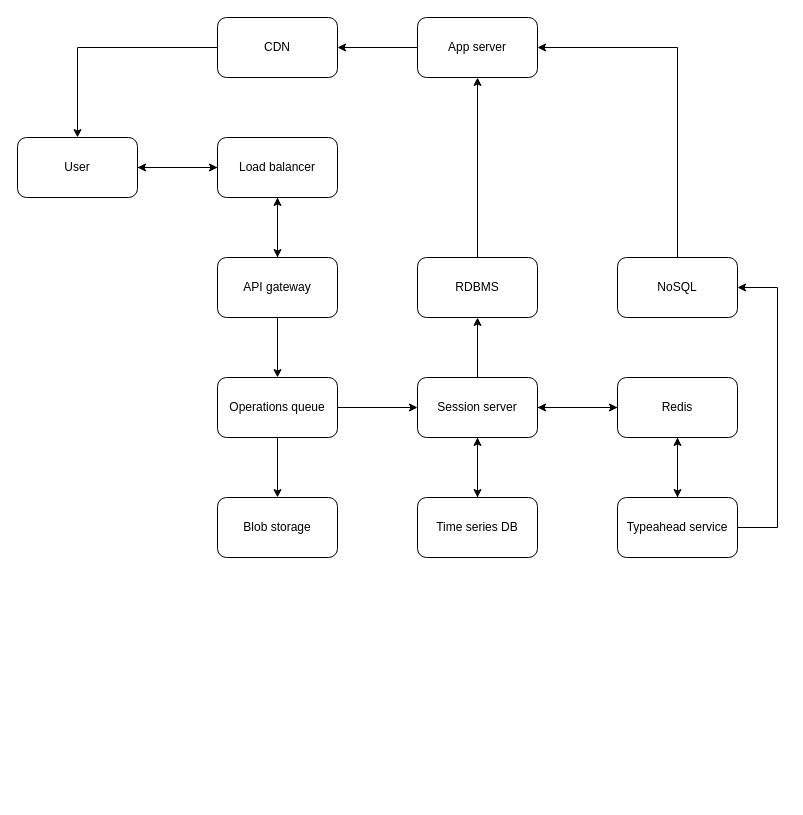
The draw.io diagram img/system-design/google-doc1.drawio in riehseun/riehseun.github.io, before the edit. Source tidied: cells renumbered, new cells numbered last; positions are measured from the earlier drawing's top-left corner, leaving out a move shared by most shapes. Both pictures are drawn from the tidied source at 100%, with x=0, y=0 at pixel (17, 17).
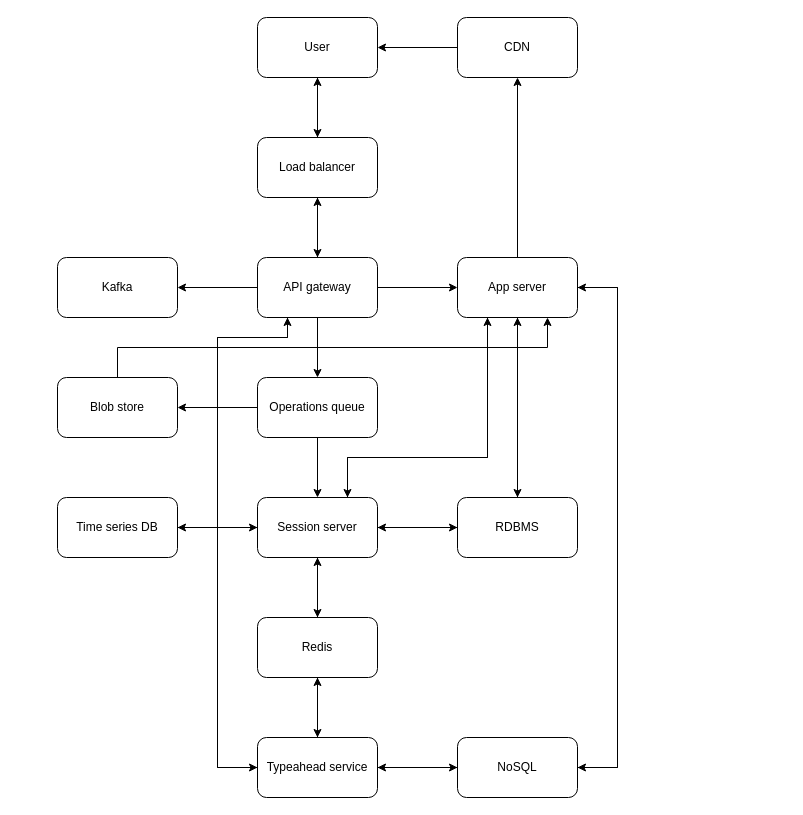
Above is the later version.

The edit, as a diff of the source:
```diff
@@
-    <mxCell id="2" style="edgeStyle=orthogonalEdgeStyle;rounded=0;jettySize=auto;html=1;exitX=1;exitY=0.5;exitDx=0;exitDy=0;entryX=0;entryY=0.5;entryDx=0;entryDy=0;" parent="1" edge="1" source="3" target="6">
-      <mxGeometry relative="1" as="geometry" />
-    </mxCell>
-    <mxCell id="3" value="User" style="rounded=1;whiteSpace=wrap;html=1;" parent="1" vertex="1">
-      <mxGeometry y="120" width="120" height="60" as="geometry" />
-    </mxCell>
-    <mxCell id="4" style="edgeStyle=orthogonalEdgeStyle;rounded=0;jettySize=auto;html=1;exitX=0;exitY=0.5;exitDx=0;exitDy=0;entryX=1;entryY=0.5;entryDx=0;entryDy=0;" parent="1" edge="1" source="6" target="3">
-      <mxGeometry relative="1" as="geometry" />
-    </mxCell>
@@
+    <mxCell id="34" style="edgeStyle=orthogonalEdgeStyle;rounded=0;jettySize=auto;html=1;exitX=0.5;exitY=0;exitDx=0;exitDy=0;entryX=0.5;entryY=1;entryDx=0;entryDy=0;" parent="1" edge="1" source="6" target="13">
+      <mxGeometry relative="1" as="geometry" />
+    </mxCell>
     <mxCell id="6" value="Load balancer" style="rounded=1;whiteSpace=wrap;html=1;" parent="1" vertex="1">
-      <mxGeometry x="200" y="120" width="120" height="60" as="geometry" />
+      <mxGeometry x="240" y="120" width="120" height="60" as="geometry" />
     </mxCell>
@@
+    <mxCell id="35" style="edgeStyle=orthogonalEdgeStyle;rounded=0;jettySize=auto;html=1;exitX=0;exitY=0.5;exitDx=0;exitDy=0;entryX=1;entryY=0.5;entryDx=0;entryDy=0;" parent="1" edge="1" source="9" target="49">
+      <mxGeometry relative="1" as="geometry" />
+    </mxCell>
+    <mxCell id="36" style="edgeStyle=orthogonalEdgeStyle;rounded=0;jettySize=auto;html=1;exitX=1;exitY=0.5;exitDx=0;exitDy=0;entryX=0;entryY=0.5;entryDx=0;entryDy=0;" parent="1" edge="1" source="9" target="11">
+      <mxGeometry relative="1" as="geometry" />
+    </mxCell>
+    <mxCell id="37" style="edgeStyle=orthogonalEdgeStyle;rounded=0;jettySize=auto;html=1;exitX=0.25;exitY=1;exitDx=0;exitDy=0;entryX=0;entryY=0.5;entryDx=0;entryDy=0;" parent="1" edge="1" source="9" target="29">
+      <mxGeometry relative="1" as="geometry">
+        <Array as="points">
+          <mxPoint x="270" y="320" />
+          <mxPoint x="200" y="320" />
+          <mxPoint x="200" y="750" />
+        </Array>
+      </mxGeometry>
+    </mxCell>
     <mxCell id="9" value="API gateway" style="rounded=1;whiteSpace=wrap;html=1;" parent="1" vertex="1">
-      <mxGeometry x="200" y="240" width="120" height="60" as="geometry" />
+      <mxGeometry x="240" y="240" width="120" height="60" as="geometry" />
     </mxCell>
-    <mxCell id="10" style="edgeStyle=orthogonalEdgeStyle;rounded=0;jettySize=auto;html=1;exitX=0;exitY=0.5;exitDx=0;exitDy=0;entryX=1;entryY=0.5;entryDx=0;entryDy=0;" parent="1" edge="1" source="11" target="13">
-      <mxGeometry relative="1" as="geometry" />
-    </mxCell>
-    <mxCell id="11" value="App server" style="rounded=1;whiteSpace=wrap;html=1;" parent="1" vertex="1">
-      <mxGeometry x="400" width="120" height="60" as="geometry" />
-    </mxCell>
-    <mxCell id="12" style="edgeStyle=orthogonalEdgeStyle;rounded=0;jettySize=auto;html=1;exitX=0;exitY=0.5;exitDx=0;exitDy=0;entryX=0.5;entryY=0;entryDx=0;entryDy=0;" parent="1" edge="1" source="13" target="3">
-      <mxGeometry relative="1" as="geometry" />
-    </mxCell>
+    <mxCell id="38" style="edgeStyle=orthogonalEdgeStyle;rounded=0;jettySize=auto;html=1;exitX=0.5;exitY=1;exitDx=0;exitDy=0;entryX=0.5;entryY=0;entryDx=0;entryDy=0;" parent="1" edge="1" source="13" target="6">
+      <mxGeometry relative="1" as="geometry" />
+    </mxCell>
-    <mxCell id="13" value="CDN" style="rounded=1;whiteSpace=wrap;html=1;" parent="1" vertex="1">
-      <mxGeometry x="200" width="120" height="60" as="geometry" />
+    <mxCell id="13" value="User" style="rounded=1;whiteSpace=wrap;html=1;" parent="1" vertex="1">
+      <mxGeometry x="240" width="120" height="60" as="geometry" />
     </mxCell>
-    <mxCell id="14" style="edgeStyle=orthogonalEdgeStyle;rounded=0;jettySize=auto;html=1;exitX=1;exitY=0.5;exitDx=0;exitDy=0;entryX=0;entryY=0.5;entryDx=0;entryDy=0;" parent="1" edge="1" source="16" target="20">
-      <mxGeometry relative="1" as="geometry" />
-    </mxCell>
@@
+    <mxCell id="39" style="edgeStyle=orthogonalEdgeStyle;rounded=0;jettySize=auto;html=1;exitX=0;exitY=0.5;exitDx=0;exitDy=0;entryX=1;entryY=0.5;entryDx=0;entryDy=0;" parent="1" edge="1" source="16" target="51">
+      <mxGeometry relative="1" as="geometry" />
+    </mxCell>
     <mxCell id="16" value="Operations queue" style="rounded=1;whiteSpace=wrap;html=1;" parent="1" vertex="1">
-      <mxGeometry x="200" y="360" width="120" height="60" as="geometry" />
+      <mxGeometry x="240" y="360" width="120" height="60" as="geometry" />
     </mxCell>
-    <mxCell id="17" style="edgeStyle=orthogonalEdgeStyle;rounded=0;jettySize=auto;html=1;exitX=0.5;exitY=1;exitDx=0;exitDy=0;entryX=0.5;entryY=0;entryDx=0;entryDy=0;" parent="1" edge="1" source="20" target="23">
-      <mxGeometry relative="1" as="geometry" />
-    </mxCell>
-    <mxCell id="18" style="edgeStyle=orthogonalEdgeStyle;rounded=0;jettySize=auto;html=1;exitX=1;exitY=0.5;exitDx=0;exitDy=0;entryX=0;entryY=0.5;entryDx=0;entryDy=0;" parent="1" edge="1" source="20" target="26">
-      <mxGeometry relative="1" as="geometry" />
-    </mxCell>
-    <mxCell id="19" style="edgeStyle=orthogonalEdgeStyle;rounded=0;jettySize=auto;html=1;exitX=0.5;exitY=0;exitDx=0;exitDy=0;" parent="1" edge="1" source="20" target="31">
-      <mxGeometry relative="1" as="geometry" />
-    </mxCell>
-    <mxCell id="20" value="Session server" style="rounded=1;whiteSpace=wrap;html=1;" parent="1" vertex="1">
-      <mxGeometry x="400" y="360" width="120" height="60" as="geometry" />
-    </mxCell>
+    <mxCell id="40" style="edgeStyle=orthogonalEdgeStyle;rounded=0;jettySize=auto;html=1;exitX=0.5;exitY=1;exitDx=0;exitDy=0;" parent="1" edge="1" source="21" target="26">
+      <mxGeometry relative="1" as="geometry" />
+    </mxCell>
+    <mxCell id="41" style="edgeStyle=orthogonalEdgeStyle;rounded=0;jettySize=auto;html=1;exitX=0;exitY=0.5;exitDx=0;exitDy=0;entryX=1;entryY=0.5;entryDx=0;entryDy=0;" parent="1" edge="1" source="21" target="23">
+      <mxGeometry relative="1" as="geometry" />
+    </mxCell>
+    <mxCell id="42" style="edgeStyle=orthogonalEdgeStyle;rounded=0;jettySize=auto;html=1;exitX=1;exitY=0.5;exitDx=0;exitDy=0;entryX=0;entryY=0.5;entryDx=0;entryDy=0;" parent="1" edge="1" source="21" target="31">
+      <mxGeometry relative="1" as="geometry" />
+    </mxCell>
+    <mxCell id="43" style="edgeStyle=orthogonalEdgeStyle;rounded=0;jettySize=auto;html=1;exitX=0.75;exitY=0;exitDx=0;exitDy=0;entryX=0.25;entryY=1;entryDx=0;entryDy=0;" parent="1" edge="1" source="21" target="11">
+      <mxGeometry relative="1" as="geometry">
+        <Array as="points">
+          <mxPoint x="330" y="440" />
+          <mxPoint x="470" y="440" />
+        </Array>
+      </mxGeometry>
+    </mxCell>
-    <mxCell id="21" value="Blob storage" style="rounded=1;whiteSpace=wrap;html=1;" parent="1" vertex="1">
-      <mxGeometry x="200" y="480" width="120" height="60" as="geometry" />
+    <mxCell id="21" value="Session server" style="rounded=1;whiteSpace=wrap;html=1;" parent="1" vertex="1">
+      <mxGeometry x="240" y="480" width="120" height="60" as="geometry" />
     </mxCell>
-    <mxCell id="22" style="edgeStyle=orthogonalEdgeStyle;rounded=0;jettySize=auto;html=1;exitX=0.5;exitY=0;exitDx=0;exitDy=0;entryX=0.5;entryY=1;entryDx=0;entryDy=0;" parent="1" edge="1" source="23" target="20">
-      <mxGeometry relative="1" as="geometry" />
-    </mxCell>
-    <mxCell id="23" value="Time series DB" style="rounded=1;whiteSpace=wrap;html=1;" parent="1" vertex="1">
-      <mxGeometry x="400" y="480" width="120" height="60" as="geometry" />
-    </mxCell>
-    <mxCell id="24" style="edgeStyle=orthogonalEdgeStyle;rounded=0;jettySize=auto;html=1;exitX=0;exitY=0.5;exitDx=0;exitDy=0;" parent="1" edge="1" source="26">
-      <mxGeometry relative="1" as="geometry">
-        <mxPoint x="520" y="390" as="targetPoint" />
-      </mxGeometry>
-    </mxCell>
+    <mxCell id="44" style="edgeStyle=orthogonalEdgeStyle;rounded=0;jettySize=auto;html=1;exitX=0.5;exitY=0;exitDx=0;exitDy=0;entryX=0.5;entryY=1;entryDx=0;entryDy=0;" parent="1" edge="1" source="26" target="21">
+      <mxGeometry relative="1" as="geometry" />
+    </mxCell>
@@
     <mxCell id="26" value="Redis" style="rounded=1;whiteSpace=wrap;html=1;" parent="1" vertex="1">
-      <mxGeometry x="600" y="360" width="120" height="60" as="geometry" />
+      <mxGeometry x="240" y="600" width="120" height="60" as="geometry" />
     </mxCell>
@@
-    <mxCell id="28" style="edgeStyle=orthogonalEdgeStyle;rounded=0;jettySize=auto;html=1;exitX=1;exitY=0.5;exitDx=0;exitDy=0;entryX=1;entryY=0.5;entryDx=0;entryDy=0;" parent="1" edge="1" source="29" target="33">
-      <mxGeometry relative="1" as="geometry">
-        <Array as="points">
-          <mxPoint x="760" y="510" />
-          <mxPoint x="760" y="270" />
-        </Array>
-      </mxGeometry>
+    <mxCell id="28" style="edgeStyle=orthogonalEdgeStyle;rounded=0;jettySize=auto;html=1;exitX=1;exitY=0.5;exitDx=0;exitDy=0;entryX=0;entryY=0.5;entryDx=0;entryDy=0;" parent="1" edge="1" source="29" target="33">
+      <mxGeometry relative="1" as="geometry" />
     </mxCell>
+    <mxCell id="45" style="edgeStyle=orthogonalEdgeStyle;rounded=0;jettySize=auto;html=1;exitX=0;exitY=0.5;exitDx=0;exitDy=0;entryX=0.25;entryY=1;entryDx=0;entryDy=0;" parent="1" edge="1" source="29" target="9">
+      <mxGeometry relative="1" as="geometry">
+        <Array as="points">
+          <mxPoint x="200" y="750" />
+          <mxPoint x="200" y="320" />
+          <mxPoint x="270" y="320" />
+        </Array>
+      </mxGeometry>
+    </mxCell>
     <mxCell id="29" value="Typeahead service" style="rounded=1;whiteSpace=wrap;html=1;" parent="1" vertex="1">
-      <mxGeometry x="600" y="480" width="120" height="60" as="geometry" />
+      <mxGeometry x="240" y="720" width="120" height="60" as="geometry" />
     </mxCell>
+    <mxCell id="46" style="edgeStyle=orthogonalEdgeStyle;rounded=0;jettySize=auto;html=1;exitX=0;exitY=0.5;exitDx=0;exitDy=0;entryX=1;entryY=0.5;entryDx=0;entryDy=0;" parent="1" edge="1" source="47" target="13">
+      <mxGeometry relative="1" as="geometry" />
+    </mxCell>
+    <mxCell id="47" value="CDN" style="rounded=1;whiteSpace=wrap;html=1;" parent="1" vertex="1">
+      <mxGeometry x="440" width="120" height="60" as="geometry" />
+    </mxCell>
+    <mxCell id="48" style="edgeStyle=orthogonalEdgeStyle;rounded=0;jettySize=auto;html=1;exitX=1;exitY=0.5;exitDx=0;exitDy=0;entryX=0;entryY=0.5;entryDx=0;entryDy=0;" parent="1" edge="1" source="23" target="21">
+      <mxGeometry relative="1" as="geometry" />
+    </mxCell>
+    <mxCell id="23" value="Time series DB" style="rounded=1;whiteSpace=wrap;html=1;" parent="1" vertex="1">
+      <mxGeometry x="40" y="480" width="120" height="60" as="geometry" />
+    </mxCell>
+    <mxCell id="49" value="Kafka" style="rounded=1;whiteSpace=wrap;html=1;" parent="1" vertex="1">
+      <mxGeometry x="40" y="240" width="120" height="60" as="geometry" />
+    </mxCell>
+    <mxCell id="50" style="edgeStyle=orthogonalEdgeStyle;rounded=0;jettySize=auto;html=1;exitX=0.5;exitY=0;exitDx=0;exitDy=0;entryX=0.75;entryY=1;entryDx=0;entryDy=0;" parent="1" edge="1" source="51" target="11">
+      <mxGeometry relative="1" as="geometry" />
+    </mxCell>
+    <mxCell id="51" value="Blob store" style="rounded=1;whiteSpace=wrap;html=1;" parent="1" vertex="1">
+      <mxGeometry x="40" y="360" width="120" height="60" as="geometry" />
+    </mxCell>
+    <mxCell id="52" style="edgeStyle=orthogonalEdgeStyle;rounded=0;jettySize=auto;html=1;exitX=0.5;exitY=0;exitDx=0;exitDy=0;" parent="1" edge="1" source="11" target="47">
+      <mxGeometry relative="1" as="geometry" />
+    </mxCell>
+    <mxCell id="53" style="edgeStyle=orthogonalEdgeStyle;rounded=0;jettySize=auto;html=1;exitX=0.5;exitY=1;exitDx=0;exitDy=0;" parent="1" edge="1" source="11">
+      <mxGeometry relative="1" as="geometry">
+        <mxPoint x="500" y="480" as="targetPoint" />
+      </mxGeometry>
+    </mxCell>
+    <mxCell id="54" style="edgeStyle=orthogonalEdgeStyle;rounded=0;jettySize=auto;html=1;exitX=0.25;exitY=1;exitDx=0;exitDy=0;entryX=0.75;entryY=0;entryDx=0;entryDy=0;" parent="1" edge="1" source="11" target="21">
+      <mxGeometry relative="1" as="geometry">
+        <Array as="points">
+          <mxPoint x="470" y="440" />
+          <mxPoint x="330" y="440" />
+        </Array>
+      </mxGeometry>
+    </mxCell>
+    <mxCell id="55" style="edgeStyle=orthogonalEdgeStyle;rounded=0;jettySize=auto;html=1;exitX=1;exitY=0.5;exitDx=0;exitDy=0;entryX=1;entryY=0.5;entryDx=0;entryDy=0;" parent="1" edge="1" source="11" target="33">
+      <mxGeometry relative="1" as="geometry">
+        <Array as="points">
+          <mxPoint x="600" y="270" />
+          <mxPoint x="600" y="750" />
+        </Array>
+      </mxGeometry>
+    </mxCell>
+    <mxCell id="11" value="App server" style="rounded=1;whiteSpace=wrap;html=1;" parent="1" vertex="1">
+      <mxGeometry x="440" y="240" width="120" height="60" as="geometry" />
+    </mxCell>
+    <mxCell id="32" style="edgeStyle=orthogonalEdgeStyle;rounded=0;jettySize=auto;html=1;exitX=1;exitY=0.5;exitDx=0;exitDy=0;entryX=1;entryY=0.5;entryDx=0;entryDy=0;" parent="1" edge="1" source="33" target="11">
+      <mxGeometry relative="1" as="geometry">
+        <Array as="points">
+          <mxPoint x="600" y="750" />
+          <mxPoint x="600" y="270" />
+        </Array>
+      </mxGeometry>
+    </mxCell>
+    <mxCell id="56" style="edgeStyle=orthogonalEdgeStyle;rounded=0;jettySize=auto;html=1;exitX=0;exitY=0.5;exitDx=0;exitDy=0;entryX=1;entryY=0.5;entryDx=0;entryDy=0;" parent="1" edge="1" source="33" target="29">
+      <mxGeometry relative="1" as="geometry" />
+    </mxCell>
+    <mxCell id="33" value="NoSQL" style="rounded=1;whiteSpace=wrap;html=1;" parent="1" vertex="1">
+      <mxGeometry x="440" y="720" width="120" height="60" as="geometry" />
+    </mxCell>
+    <mxCell id="57" style="edgeStyle=orthogonalEdgeStyle;rounded=0;jettySize=auto;html=1;exitX=0;exitY=0.5;exitDx=0;exitDy=0;entryX=1;entryY=0.5;entryDx=0;entryDy=0;" parent="1" edge="1" source="31" target="21">
+      <mxGeometry relative="1" as="geometry" />
+    </mxCell>
@@
     <mxCell id="31" value="RDBMS" style="rounded=1;whiteSpace=wrap;html=1;" parent="1" vertex="1">
-      <mxGeometry x="400" y="240" width="120" height="60" as="geometry" />
+      <mxGeometry x="440" y="480" width="120" height="60" as="geometry" />
     </mxCell>
-    <mxCell id="32" style="edgeStyle=orthogonalEdgeStyle;rounded=0;jettySize=auto;html=1;exitX=0.5;exitY=0;exitDx=0;exitDy=0;entryX=1;entryY=0.5;entryDx=0;entryDy=0;" parent="1" edge="1" source="33" target="11">
-      <mxGeometry relative="1" as="geometry" />
-    </mxCell>
-    <mxCell id="33" value="NoSQL" style="rounded=1;whiteSpace=wrap;html=1;" parent="1" vertex="1">
-      <mxGeometry x="600" y="240" width="120" height="60" as="geometry" />
-    </mxCell>
```
